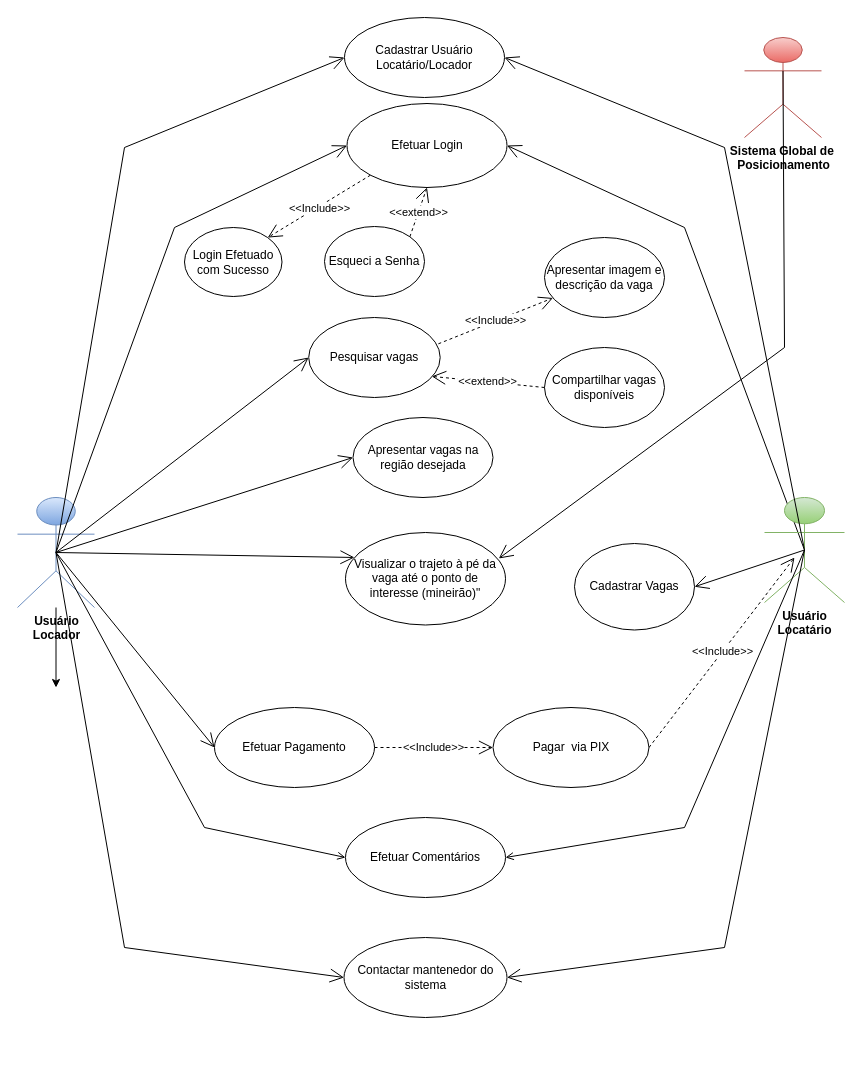
The draw.io diagram docs/Diagrama/Diagrama Park4You.drawio in ICEI-PUC-Minas-PMV-ADS/pmv-ads-2023-2-e2-proj-int-t3-park4you, before the edit. Source tidied: cells renumbered, new cells numbered last; positions are measured from the earlier drawing's top-left corner, leaving out a move shared by most shapes. Both pictures are drawn from the tidied source at 100%, with x=0, y=0 at pixel (17, 17).
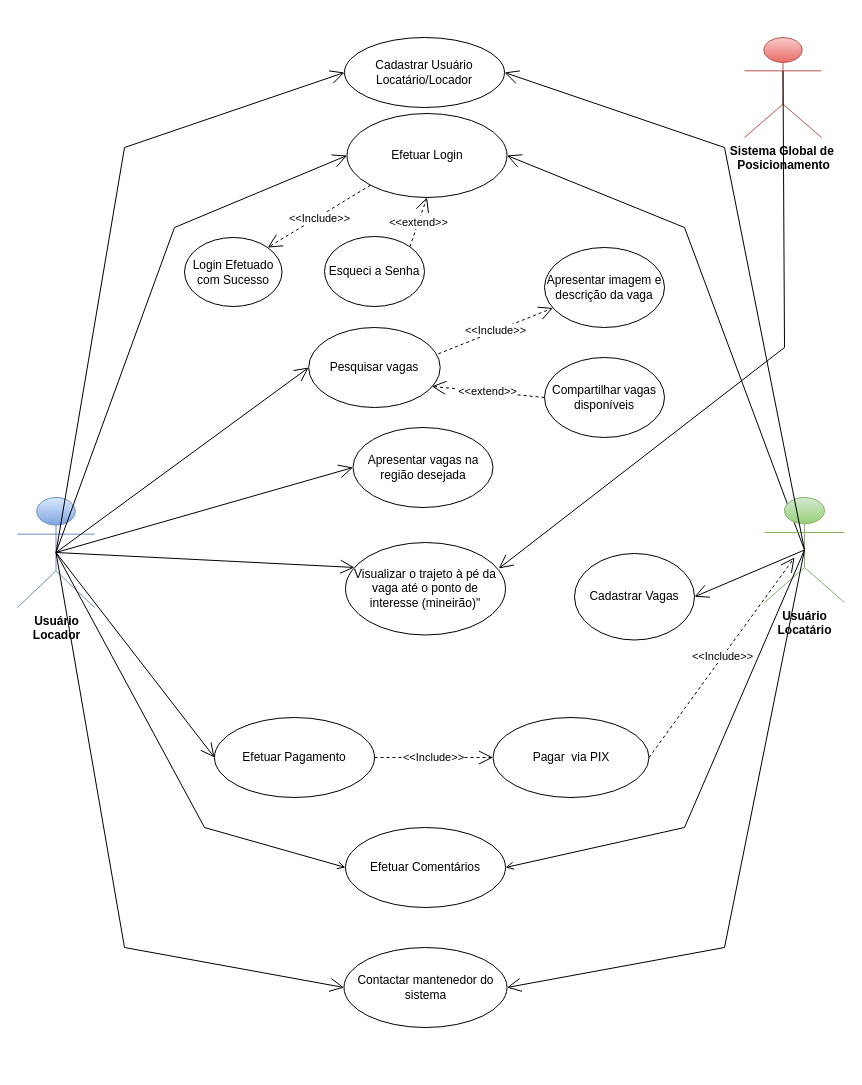
The same diagram, later.

The change refers to these unchanged cells:
```xml
<mxCell id="23" value="Usuário &lt;br&gt;Locador" style="shape=umlActor;verticalLabelPosition=bottom;verticalAlign=top;html=1;outlineConnect=0;fillColor=#dae8fc;strokeColor=#6c8ebf;fontStyle=1;gradientColor=#7ea6e0;" parent="1" vertex="1">
  <mxGeometry y="480" width="77" height="110" as="geometry" />
</mxCell>
```

Change to the diagram source:
```diff
@@
     <mxCell id="2" style="swimlane;startSize=0;swimlaneLine=1;opacity=0;" parent="1" vertex="1">
-      <mxGeometry x="67" width="680" height="1050" as="geometry" />
+      <mxGeometry x="67" y="10" width="680" height="1040" as="geometry" />
     </mxCell>
@@
     <mxCell id="6" value="Cadastrar Usuário&lt;br&gt;Locatário/Locador" style="ellipse;whiteSpace=wrap;html=1;" parent="2" vertex="1">
-      <mxGeometry x="260" width="160" height="80" as="geometry" />
+      <mxGeometry x="260" y="10" width="160" height="70" as="geometry" />
     </mxCell>
@@
-    <mxCell id="22" style="edgeStyle=none;html=1;" parent="1" edge="1" source="23">
-      <mxGeometry relative="1" as="geometry">
-        <mxPoint x="38.5" y="670" as="targetPoint" />
-      </mxGeometry>
-    </mxCell>
```
